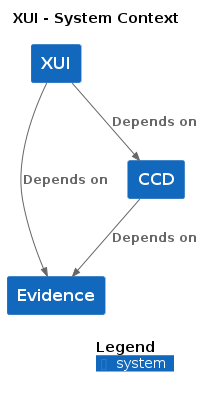
The PlantUML diagram docs/c4/xui/images/structurizr-xui-context.png in hmcts/cnp-api-docs, before a commit. The source it was exported from:
```plantuml
@startuml
set separator none
title XUI - System Context

top to bottom direction

!include <C4/C4>
!include <C4/C4_Context>

System(CCD, "CCD", $descr="", $tags="", $link="")
System(Evidence, "Evidence", $descr="", $tags="", $link="")
System(XUI, "XUI", $descr="", $tags="", $link="")

Rel_D(CCD, Evidence, "Depends on", $techn="", $tags="", $link="")
Rel_D(XUI, Evidence, "Depends on", $techn="", $tags="", $link="")
Rel_D(XUI, CCD, "Depends on", $techn="", $tags="", $link="")

SHOW_DYNAMIC_LEGEND()
@enduml
```
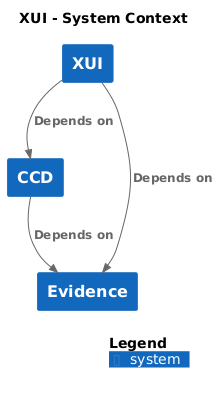
The same diagram one commit later.

Change to the diagram source:
```diff
@@ -11,9 +11,9 @@
 System(Evidence, "Evidence", $descr="", $tags="", $link="")
 System(XUI, "XUI", $descr="", $tags="", $link="")
 
-Rel_D(CCD, Evidence, "Depends on", $techn="", $tags="", $link="")
-Rel_D(XUI, Evidence, "Depends on", $techn="", $tags="", $link="")
-Rel_D(XUI, CCD, "Depends on", $techn="", $tags="", $link="")
+Rel(CCD, Evidence, "Depends on", $techn="", $tags="", $link="")
+Rel(XUI, Evidence, "Depends on", $techn="", $tags="", $link="")
+Rel(XUI, CCD, "Depends on", $techn="", $tags="", $link="")
 
 SHOW_DYNAMIC_LEGEND()
 @enduml
```
